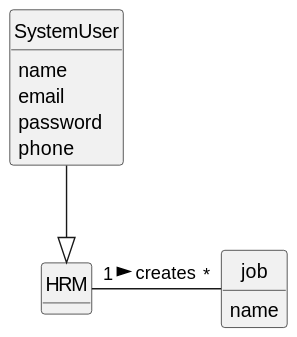
The PlantUML diagram docs/sprintA/us002/02.analysis/svg/us002-domain-model.svg in Departamento-de-Engenharia-Informatica/lei-24-s2-1do-g164, before a commit. Its diagram source:
```plantuml
@startuml
skinparam monochrome true
skinparam packageStyle rectangle
skinparam shadowing false


skinparam classAttributeIconSize 0

hide circle
hide methods


class SystemUser {
    name
    email
    password
    phone

}
class job
 {
   name
}


class HRM{

}


HRM "1" - "*" job: creates  >
SystemUser --|> HRM
@enduml
```
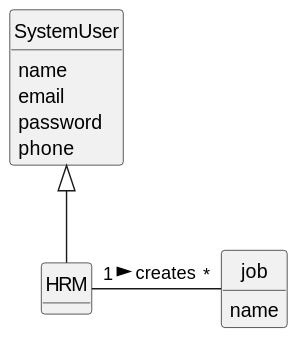
The same file after the commit.

Commit message:
Update of all images and changes on SSD from US06. Domain Models finished

What changed in the source:
```diff
@@ -29,5 +29,5 @@
 
 
 HRM "1" - "*" job: creates  >
-SystemUser --|> HRM
+SystemUser <|-- HRM
 @enduml
```
